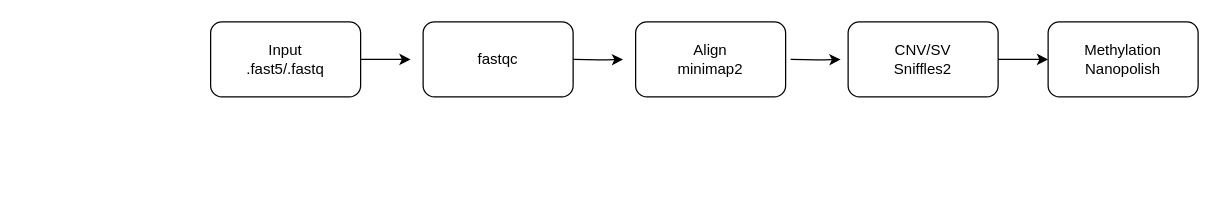
The draw.io diagram presentation/workflow.drawio in MeowBing/file, before the edit. Source tidied: cells renumbered, new cells numbered last; positions are measured from the earlier drawing's top-left corner, leaving out a move shared by most shapes. Both pictures are drawn from the tidied source at 125%, with x=0, y=0 at pixel (210, 21).
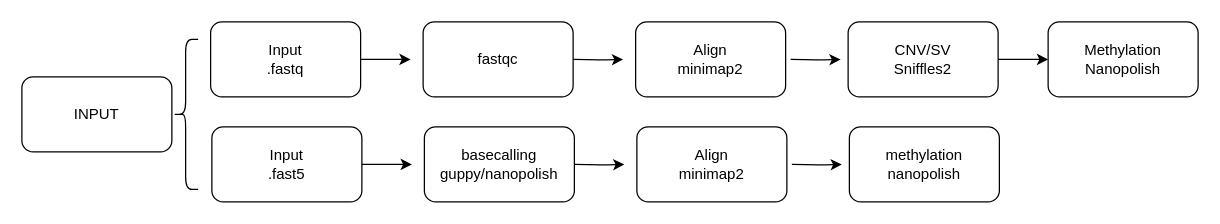
The same page after the edit.

What changed in the source:
```diff
@@
-    <mxCell id="3" value="Input&lt;div&gt;.fast5/.fastq&lt;/div&gt;" style="rounded=1;whiteSpace=wrap;html=1;fillColor=none;" parent="1" vertex="1">
+    <mxCell id="3" value="Input&lt;div&gt;.fastq&lt;/div&gt;" style="rounded=1;whiteSpace=wrap;html=1;fillColor=none;" parent="1" vertex="1">
       <mxGeometry width="120" height="60" as="geometry" />
     </mxCell>
@@
+    <mxCell id="11" style="edgeStyle=orthogonalEdgeStyle;jettySize=auto;html=1;" parent="1" edge="1" source="12">
+      <mxGeometry relative="1" as="geometry">
+        <mxPoint x="161" y="114" as="targetPoint" />
+      </mxGeometry>
+    </mxCell>
+    <mxCell id="12" value="Input&lt;div&gt;.fast5&lt;/div&gt;" style="rounded=1;whiteSpace=wrap;html=1;fillColor=none;" parent="1" vertex="1">
+      <mxGeometry x="1" y="84" width="120" height="60" as="geometry" />
+    </mxCell>
+    <mxCell id="13" value="Align&lt;div&gt;minimap2&lt;/div&gt;" style="rounded=1;whiteSpace=wrap;html=1;fillColor=none;" parent="1" vertex="1">
+      <mxGeometry x="341" y="84" width="120" height="60" as="geometry" />
+    </mxCell>
+    <mxCell id="14" value="methylation&lt;div&gt;nanopolish&lt;/div&gt;" style="rounded=1;whiteSpace=wrap;html=1;fillColor=none;" parent="1" vertex="1">
+      <mxGeometry x="511" y="84" width="120" height="60" as="geometry" />
+    </mxCell>
+    <mxCell id="15" style="edgeStyle=orthogonalEdgeStyle;orthogonalLoop=1;jettySize=auto;html=1;" parent="1" edge="1">
+      <mxGeometry relative="1" as="geometry">
+        <mxPoint x="291" y="114" as="sourcePoint" />
+        <mxPoint x="331" y="114" as="targetPoint" />
+      </mxGeometry>
+    </mxCell>
+    <mxCell id="16" style="edgeStyle=orthogonalEdgeStyle;orthogonalLoop=1;jettySize=auto;html=1;" parent="1" edge="1">
+      <mxGeometry relative="1" as="geometry">
+        <mxPoint x="465" y="114" as="sourcePoint" />
+        <mxPoint x="505" y="114" as="targetPoint" />
+      </mxGeometry>
+    </mxCell>
+    <mxCell id="17" value="basecalling&lt;div&gt;guppy/nanopolish&lt;/div&gt;" style="rounded=1;whiteSpace=wrap;html=1;fillColor=none;" parent="1" vertex="1">
+      <mxGeometry x="171" y="84" width="120" height="60" as="geometry" />
+    </mxCell>
+    <mxCell id="18" value="INPUT" style="rounded=1;whiteSpace=wrap;html=1;fillColor=none;" parent="1" vertex="1">
+      <mxGeometry x="-151" y="44" width="120" height="60" as="geometry" />
+    </mxCell>
+    <mxCell id="19" style="shape=curlyBracket;whiteSpace=wrap;html=1;rounded=1;labelPosition=left;verticalLabelPosition=middle;align=right;verticalAlign=middle;" parent="1" vertex="1">
+      <mxGeometry x="-30" y="14" width="20" height="120" as="geometry" />
+    </mxCell>
```
